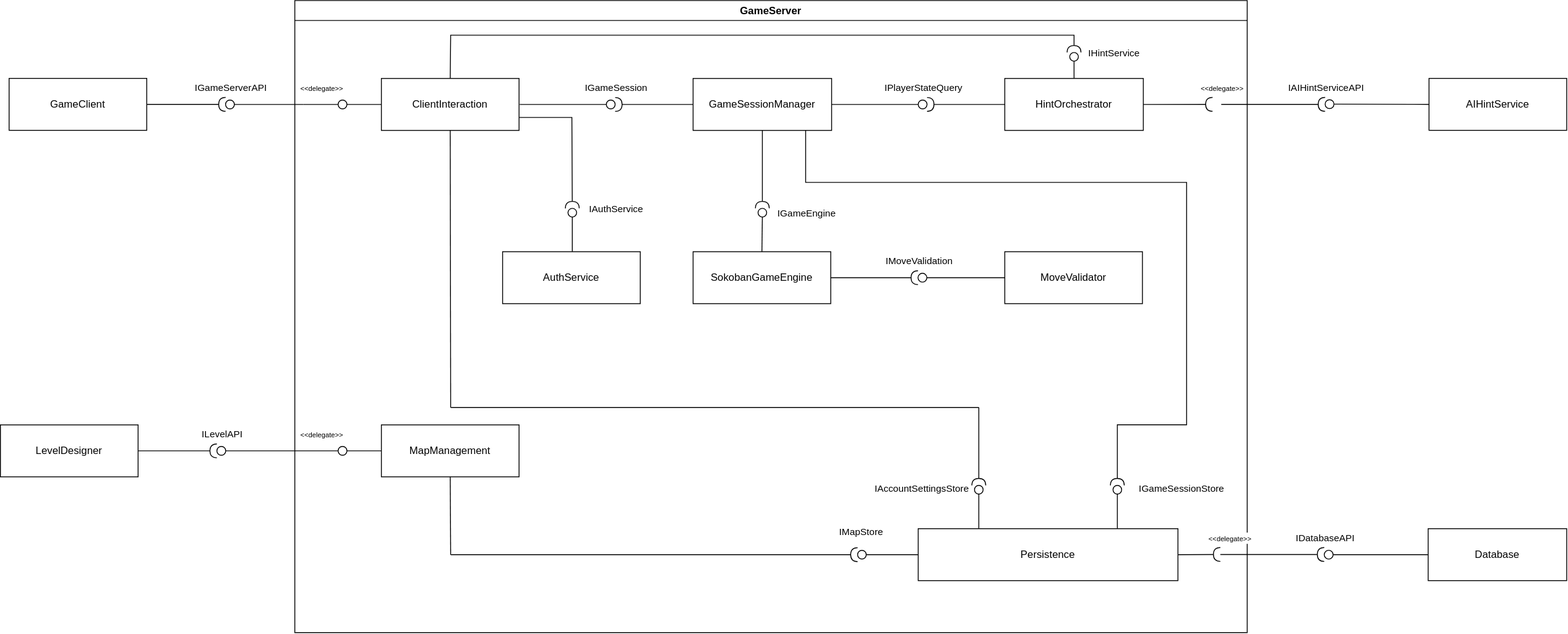
The draw.io diagram doc/_static/component_diagram_game_server.svg in feegeer/swa-sokoban, before a commit. Source tidied: cells renumbered, new cells last; positions are measured from the earlier drawing's top-left corner, leaving out a move shared by most shapes.
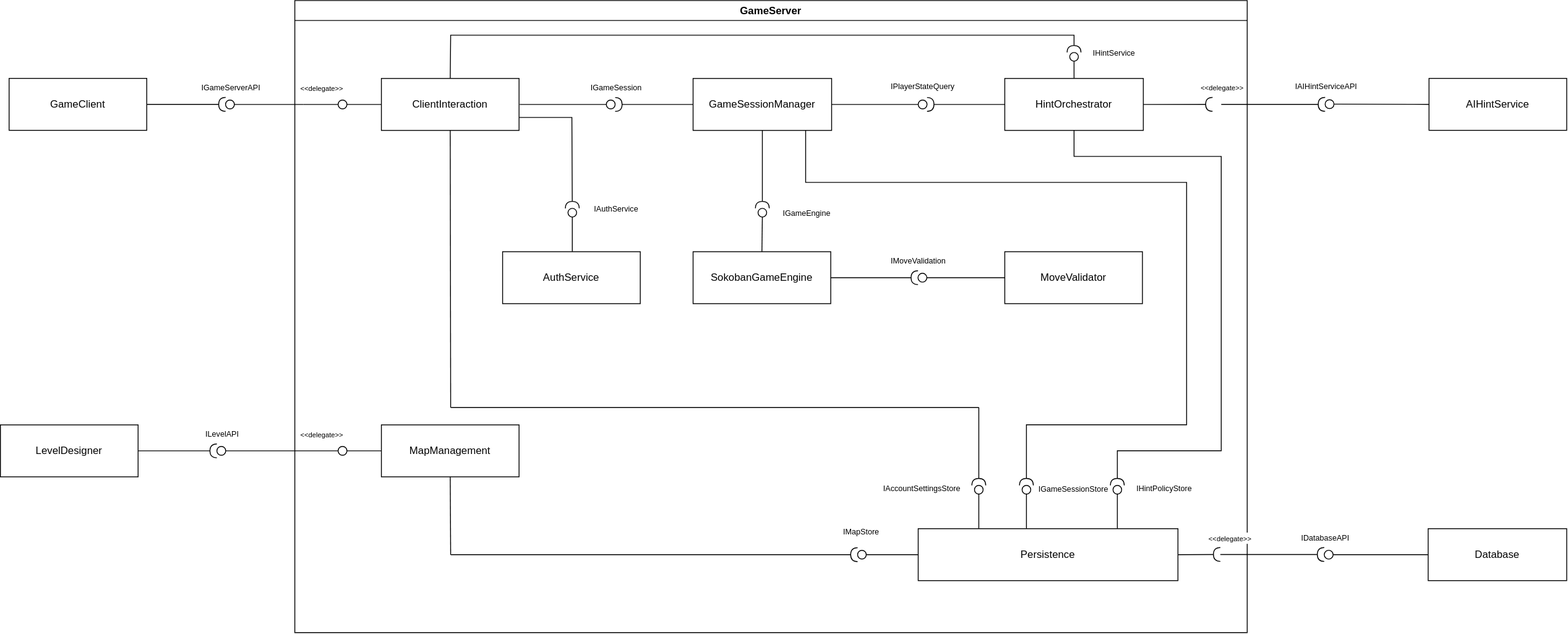
The same diagram one commit later.

The edit, as a diff of the source:
```diff
@@ -35,7 +35,7 @@
     <mxCell id="12" value="&lt;font style=&quot;font-size: 8px;&quot;&gt;&amp;lt;&amp;lt;delegate&amp;gt;&amp;gt;&lt;/font&gt;" style="edgeLabel;html=1;align=center;verticalAlign=middle;" parent="2" vertex="1">
       <mxGeometry x="30" y="500.1" as="geometry" />
     </mxCell>
-    <mxCell id="13" value="ILevelAPI" style="edgeLabel;html=1;align=center;verticalAlign=middle;" parent="2" vertex="1">
+    <mxCell id="13" value="ILevelAPI" style="edgeLabel;html=1;align=center;verticalAlign=middle;fontSize=9;" parent="2" vertex="1">
       <mxGeometry x="-84.9" y="500.1" as="geometry" />
     </mxCell>
     <mxCell id="14" value="LevelDesigner" style="rounded=0;whiteSpace=wrap;html=1;" parent="2" vertex="1">
@@ -96,7 +96,7 @@
     <mxCell id="29" style="edgeStyle=none;curved=1;rounded=0;jettySize=auto;html=1;fontSize=12;startSize=8;endSize=8;endArrow=none;endFill=0;exitX=0;exitY=0.5;exitDx=0;exitDy=0;entryX=1;entryY=0.5;entryDx=0;entryDy=0;" parent="2" edge="1" source="19" target="28">
       <mxGeometry relative="1" as="geometry" />
     </mxCell>
-    <mxCell id="30" value="IMapStore" style="edgeLabel;html=1;align=center;verticalAlign=middle;" parent="2" vertex="1">
+    <mxCell id="30" value="IMapStore" style="edgeLabel;html=1;align=center;verticalAlign=middle;fontSize=9;" parent="2" vertex="1">
       <mxGeometry x="660" y="610" as="geometry">
         <mxPoint x="-7" y="3" as="offset" />
       </mxGeometry>
@@ -107,7 +107,7 @@
         <mxPoint x="180" y="470" as="targetPoint" />
       </mxGeometry>
     </mxCell>
-    <mxCell id="32" value="IAccountSettingsStore" style="edgeLabel;html=1;align=center;verticalAlign=middle;" parent="2" vertex="1">
+    <mxCell id="32" value="&lt;font style=&quot;font-size: 9px;&quot;&gt;IAccountSettingsStore&lt;/font&gt;" style="edgeLabel;html=1;align=center;verticalAlign=middle;fontSize=9;" parent="2" vertex="1">
       <mxGeometry x="730" y="560" as="geometry">
         <mxPoint x="-7" y="3" as="offset" />
       </mxGeometry>
@@ -124,10 +124,10 @@
     <mxCell id="36" style="rounded=0;jettySize=auto;html=1;endArrow=halfCircle;endFill=0;endSize=6;strokeWidth=1;sketch=0;fontSize=12;curved=1;exitX=0;exitY=0.5;exitDx=0;exitDy=0;entryX=1;entryY=0.5;entryDx=0;entryDy=0;" parent="2" edge="1" source="4" target="34">
       <mxGeometry relative="1" as="geometry" />
     </mxCell>
-    <mxCell id="37" value="IPlayerStateQuery" style="edgeLabel;html=1;align=center;verticalAlign=middle;" parent="2" vertex="1">
+    <mxCell id="37" value="IPlayerStateQuery" style="edgeLabel;html=1;align=center;verticalAlign=middle;fontSize=9;" parent="2" vertex="1">
       <mxGeometry x="724.9" y="99.9" as="geometry" />
     </mxCell>
-    <mxCell id="38" value="IGameEngine" style="edgeLabel;html=1;align=center;verticalAlign=middle;" parent="2" vertex="1">
+    <mxCell id="38" value="IGameEngine" style="edgeLabel;html=1;align=center;verticalAlign=middle;fontSize=9;" parent="2" vertex="1">
       <mxGeometry x="590" y="245" as="geometry" />
     </mxCell>
     <mxCell id="39" style="edgeStyle=none;curved=1;rounded=0;jettySize=auto;html=1;fontSize=12;startSize=8;endSize=8;endArrow=none;endFill=0;entryX=0.5;entryY=1;entryDx=0;entryDy=0;exitX=0.5;exitY=0;exitDx=0;exitDy=0;" parent="2" edge="1" source="33" target="40">
@@ -151,7 +151,7 @@
     <mxCell id="45" style="rounded=0;jettySize=auto;html=1;endArrow=halfCircle;endFill=0;endSize=6;strokeWidth=1;sketch=0;fontSize=12;curved=1;exitX=1;exitY=0.5;exitDx=0;exitDy=0;entryX=0;entryY=0.5;entryDx=0;entryDy=0;" parent="2" edge="1" source="33" target="43">
       <mxGeometry relative="1" as="geometry" />
     </mxCell>
-    <mxCell id="46" value="IMoveValidation" style="edgeLabel;html=1;align=center;verticalAlign=middle;" parent="2" vertex="1">
+    <mxCell id="46" value="&lt;font style=&quot;font-size: 9px;&quot;&gt;IMoveValidation&lt;/font&gt;" style="edgeLabel;html=1;align=center;verticalAlign=middle;fontSize=9;" parent="2" vertex="1">
       <mxGeometry x="719.8" y="300" as="geometry" />
     </mxCell>
     <mxCell id="47" value="AuthService" style="rounded=0;whiteSpace=wrap;html=1;" parent="2" vertex="1">
@@ -173,7 +173,7 @@
         </Array>
       </mxGeometry>
     </mxCell>
-    <mxCell id="51" value="IAuthService" style="edgeLabel;html=1;align=center;verticalAlign=middle;" parent="2" vertex="1">
+    <mxCell id="51" value="IAuthService" style="edgeLabel;html=1;align=center;verticalAlign=middle;fontSize=9;" parent="2" vertex="1">
       <mxGeometry x="370" y="240" as="geometry" />
     </mxCell>
     <mxCell id="52" style="ellipse;whiteSpace=wrap;html=1;" parent="2" vertex="1">
@@ -187,22 +187,22 @@
     <mxCell id="54" style="rounded=0;jettySize=auto;html=1;endArrow=halfCircle;endFill=0;endSize=6;strokeWidth=1;sketch=0;fontSize=12;curved=1;exitX=0;exitY=0.5;exitDx=0;exitDy=0;entryX=1;entryY=0.5;entryDx=0;entryDy=0;" parent="2" edge="1" source="27" target="52">
       <mxGeometry relative="1" as="geometry" />
     </mxCell>
-    <mxCell id="55" value="IGameSession" style="edgeLabel;html=1;align=center;verticalAlign=middle;" parent="2" vertex="1">
+    <mxCell id="55" value="IGameSession" style="edgeLabel;html=1;align=center;verticalAlign=middle;fontSize=9;" parent="2" vertex="1">
       <mxGeometry x="370" y="100" as="geometry" />
     </mxCell>
-    <mxCell id="56" style="rounded=0;jettySize=auto;html=1;endArrow=halfCircle;endFill=0;endSize=6;strokeWidth=1;sketch=0;fontSize=12;curved=0;exitX=0.5;exitY=1;exitDx=0;exitDy=0;entryX=0.5;entryY=0;entryDx=0;entryDy=0;" parent="2" edge="1" target="24">
+    <mxCell id="56" style="rounded=0;jettySize=auto;html=1;endArrow=halfCircle;endFill=0;endSize=6;strokeWidth=1;sketch=0;fontSize=12;curved=0;exitX=0.5;exitY=1;exitDx=0;exitDy=0;entryX=0.5;entryY=0;entryDx=0;entryDy=0;" parent="2" edge="1" target="87">
       <mxGeometry relative="1" as="geometry">
         <mxPoint x="590" y="150" as="sourcePoint" />
         <Array as="points">
           <mxPoint x="590" y="210" />
           <mxPoint x="1030" y="210" />
           <mxPoint x="1030" y="490" />
-          <mxPoint x="950" y="490" />
+          <mxPoint x="845" y="490" />
         </Array>
       </mxGeometry>
     </mxCell>
-    <mxCell id="57" value="IGameSessionStore" style="edgeLabel;html=1;align=center;verticalAlign=middle;" parent="2" vertex="1">
-      <mxGeometry x="1030" y="560" as="geometry">
+    <mxCell id="57" value="&lt;font style=&quot;font-size: 9px;&quot;&gt;IGameSessionStore&lt;/font&gt;" style="edgeLabel;html=1;align=center;verticalAlign=middle;" parent="2" vertex="1">
+      <mxGeometry x="905" y="560" as="geometry">
         <mxPoint x="-7" y="3" as="offset" />
       </mxGeometry>
     </mxCell>
@@ -222,9 +222,32 @@
         </Array>
       </mxGeometry>
     </mxCell>
-    <mxCell id="61" value="IHintService" style="edgeLabel;html=1;align=center;verticalAlign=middle;" parent="2" vertex="1">
+    <mxCell id="61" value="IHintService" style="edgeLabel;html=1;align=center;verticalAlign=middle;fontSize=9;" parent="2" vertex="1">
       <mxGeometry x="945" y="60" as="geometry" />
     </mxCell>
+    <mxCell id="86" style="edgeStyle=none;curved=1;rounded=0;jettySize=auto;html=1;fontSize=12;startSize=8;endSize=8;endArrow=none;endFill=0;exitX=0.75;exitY=0;exitDx=0;exitDy=0;entryX=0.5;entryY=1;entryDx=0;entryDy=0;" parent="2" edge="1" target="87">
+      <mxGeometry relative="1" as="geometry">
+        <mxPoint x="845" y="610" as="sourcePoint" />
+      </mxGeometry>
+    </mxCell>
+    <mxCell id="87" style="ellipse;whiteSpace=wrap;html=1;" parent="2" vertex="1">
+      <mxGeometry x="840" y="560" width="10" height="10" as="geometry" />
+    </mxCell>
+    <mxCell id="88" value="IHintPolicyStore" style="edgeLabel;html=1;align=center;verticalAlign=middle;fontSize=9;" parent="2" vertex="1">
+      <mxGeometry x="1010" y="560" as="geometry">
+        <mxPoint x="-7" y="3" as="offset" />
+      </mxGeometry>
+    </mxCell>
+    <mxCell id="89" style="rounded=0;jettySize=auto;html=1;endArrow=halfCircle;endFill=0;endSize=6;strokeWidth=1;sketch=0;fontSize=12;curved=0;exitX=0.5;exitY=1;exitDx=0;exitDy=0;entryX=0.5;entryY=0;entryDx=0;entryDy=0;" parent="2" edge="1" source="4" target="24">
+      <mxGeometry relative="1" as="geometry">
+        <Array as="points">
+          <mxPoint x="900" y="180" />
+          <mxPoint x="1070" y="180" />
+          <mxPoint x="1070" y="520" />
+          <mxPoint x="950" y="520" />
+        </Array>
+      </mxGeometry>
+    </mxCell>
     <mxCell id="62" style="edgeStyle=none;curved=1;rounded=0;jettySize=auto;html=1;entryX=0;entryY=0.5;entryDx=0;entryDy=0;fontSize=12;startSize=8;endSize=8;endArrow=none;endFill=0;exitX=1;exitY=0.5;exitDx=0;exitDy=0;" parent="1" edge="1" source="63">
       <mxGeometry relative="1" as="geometry">
         <mxPoint x="350" y="120" as="targetPoint" />
@@ -276,10 +299,10 @@
     <mxCell id="74" style="ellipse;whiteSpace=wrap;html=1;" parent="1" vertex="1">
       <mxGeometry x="1529" y="634.9" width="10.2" height="10.2" as="geometry" />
     </mxCell>
-    <mxCell id="75" value="IAIHintServiceAPI" style="edgeLabel;html=1;align=center;verticalAlign=middle;" parent="1" vertex="1">
+    <mxCell id="75" value="IAIHintServiceAPI" style="edgeLabel;html=1;align=center;verticalAlign=middle;fontSize=9;" parent="1" vertex="1">
       <mxGeometry x="1530" y="99.9" as="geometry" />
     </mxCell>
-    <mxCell id="76" value="IDatabaseAPI" style="edgeLabel;html=1;align=center;verticalAlign=middle;" parent="1" vertex="1">
+    <mxCell id="76" value="&lt;font style=&quot;font-size: 9px;&quot;&gt;IDatabaseAPI&lt;/font&gt;" style="edgeLabel;html=1;align=center;verticalAlign=middle;fontSize=9;" parent="1" vertex="1">
       <mxGeometry x="1529" y="620" as="geometry" />
     </mxCell>
     <mxCell id="77" style="ellipse;whiteSpace=wrap;html=1;" parent="1" vertex="1">
@@ -294,7 +317,7 @@
     <mxCell id="80" style="ellipse;whiteSpace=wrap;html=1;align=center;fillColor=none;strokeColor=none;perimeter=centerPerimeter;points=[];outlineConnect=1;" parent="1" vertex="1">
       <mxGeometry x="255.1" y="114.9" width="10" height="10" as="geometry" />
     </mxCell>
-    <mxCell id="81" value="IGameServerAPI" style="edgeLabel;html=1;align=center;verticalAlign=middle;" parent="1" vertex="1">
+    <mxCell id="81" value="IGameServerAPI" style="edgeLabel;html=1;align=center;verticalAlign=middle;fontSize=9;" parent="1" vertex="1">
       <mxGeometry x="265.1" y="100" as="geometry" />
     </mxCell>
     <mxCell id="82" style="rounded=0;jettySize=auto;html=1;endArrow=halfCircle;endFill=0;endSize=6;strokeWidth=1;sketch=0;fontSize=12;curved=1;entryX=0;entryY=0.5;entryDx=0;entryDy=0;" parent="1" edge="1" target="28">
```
